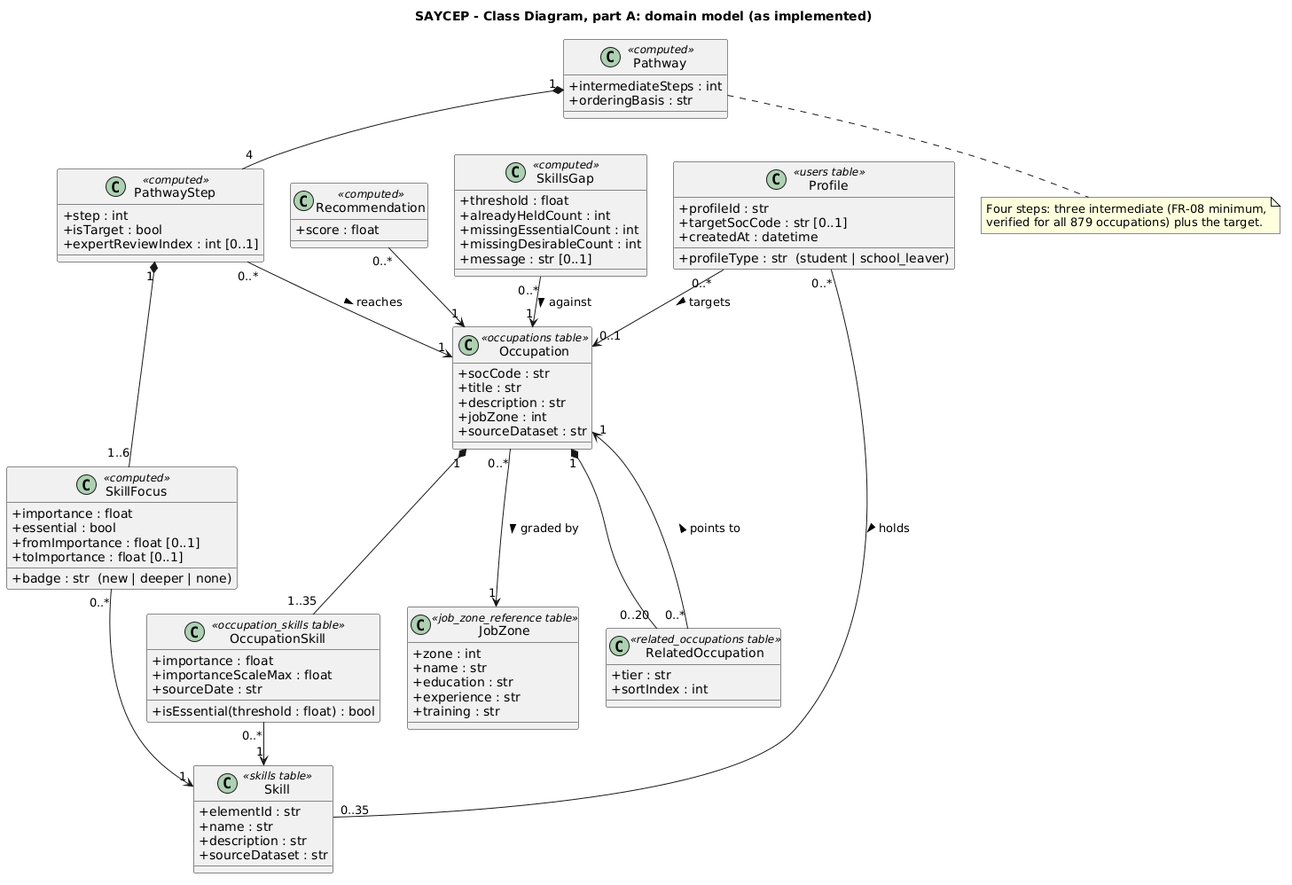
Before: docs/uml/a3/03a-class-domain.png, a diagram exported from PlantUML (ShogunLSG/SAYCEP).
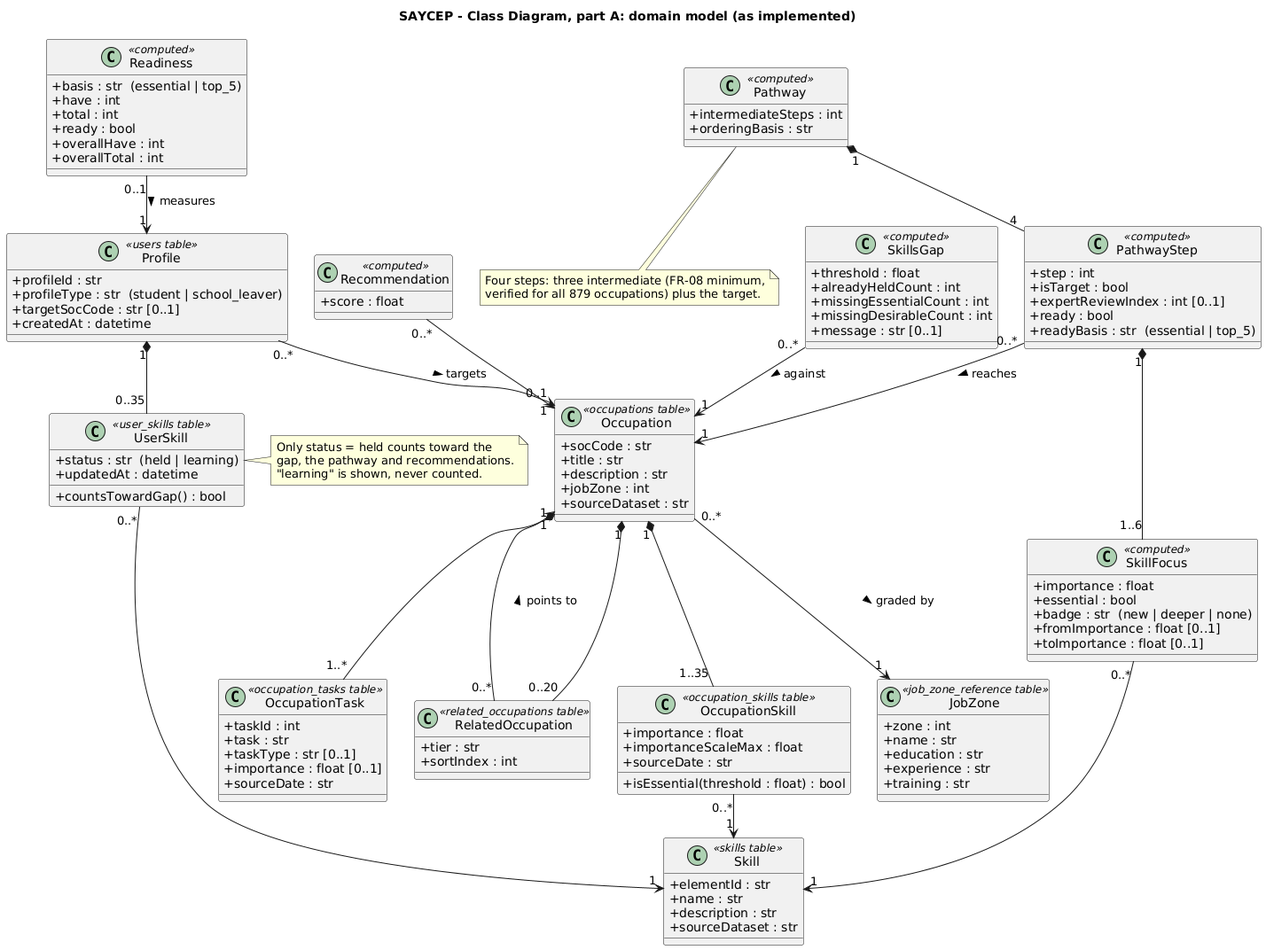
After the change.

The edit, as a diff of the source:
```diff
@@ -1,4 +1,4 @@
-@startuml
+@startuml SAYCEP_A3_Class_Domain
 title SAYCEP - Class Diagram, part A: domain model (as implemented)
 skinparam classAttributeIconSize 0
 skinparam shadowing false
@@ -7,9 +7,14 @@
 
 class Profile <<users table>> {
   + profileId : str
-  + profileType : str  (student | school_leaver)
+  + {field} profileType : str  (student | school_leaver)
   + targetSocCode : str [0..1]
   + createdAt : datetime
+}
+class UserSkill <<user_skills table>> {
+  + {field} status : str  (held | learning)
+  + updatedAt : datetime
+  + countsTowardGap() : bool
 }
 class Skill <<skills table>> {
   + elementId : str
@@ -37,6 +42,13 @@
   + experience : str
   + training : str
 }
+class OccupationTask <<occupation_tasks table>> {
+  + taskId : int
+  + task : str
+  + taskType : str [0..1]
+  + importance : float [0..1]
+  + sourceDate : str
+}
 class RelatedOccupation <<related_occupations table>> {
   + tier : str
   + sortIndex : int
@@ -57,11 +69,21 @@
   + step : int
   + isTarget : bool
   + expertReviewIndex : int [0..1]
+  + ready : bool
+  + {field} readyBasis : str  (essential | top_5)
+}
+class Readiness <<computed>> {
+  + {field} basis : str  (essential | top_5)
+  + have : int
+  + total : int
+  + ready : bool
+  + overallHave : int
+  + overallTotal : int
 }
 class SkillFocus <<computed>> {
   + importance : float
   + essential : bool
-  + badge : str  (new | deeper | none)
+  + {field} badge : str  (new | deeper | none)
   + fromImportance : float [0..1]
   + toImportance : float [0..1]
 }
@@ -69,12 +91,14 @@
   + score : float
 }
 
-Profile "0..*" -- "0..35" Skill : holds >
+Profile "1" *-- "0..35" UserSkill
+UserSkill "0..*" --> "1" Skill
 Profile "0..*" --> "0..1" Occupation : targets >
 Occupation "1" *-- "1..35" OccupationSkill
 OccupationSkill "0..*" --> "1" Skill
 Occupation "0..*" --> "1" JobZone : graded by >
 Occupation "1" *-- "0..20" RelatedOccupation
+Occupation "1" *-- "1..*" OccupationTask
 RelatedOccupation "0..*" --> "1" Occupation : points to >
 
 SkillsGap "0..*" --> "1" Occupation : against >
@@ -83,6 +107,13 @@
 PathwayStep "0..*" --> "1" Occupation : reaches >
 SkillFocus "0..*" --> "1" Skill
 Recommendation "0..*" --> "1" Occupation
+Readiness "0..1" --> "1" Profile : measures >
+
+note right of UserSkill
+  Only status = held counts toward the
+  gap, the pathway and recommendations.
+  "learning" is shown, never counted.
+end note
 
 note bottom of Pathway
   Four steps: three intermediate (FR-08 minimum,
```
